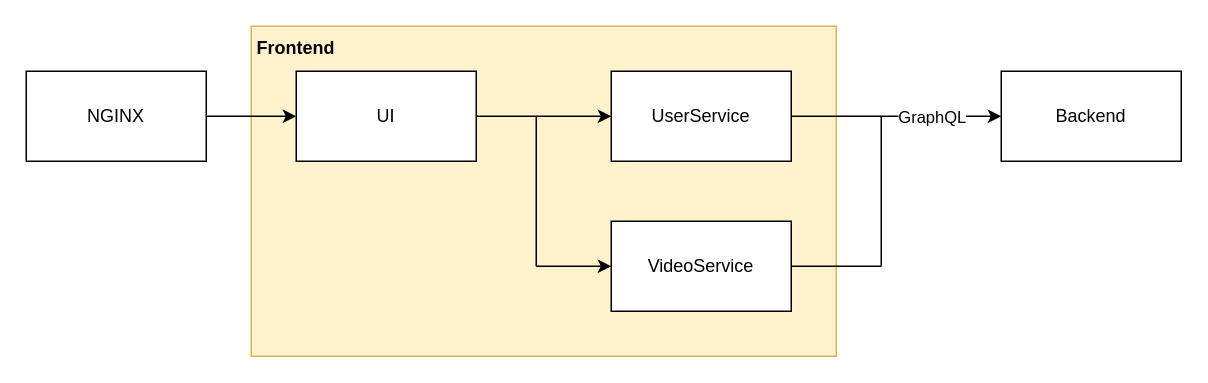
The draw.io diagram docs/frontend.drawio in RobertNichita/GourceWizard, before the edit. Source tidied: cells renumbered, new cells numbered last; positions are measured from the earlier drawing's top-left corner, leaving out a move shared by most shapes. Both pictures are drawn from the tidied source at 150%, with x=0, y=0 at pixel (26, 26).
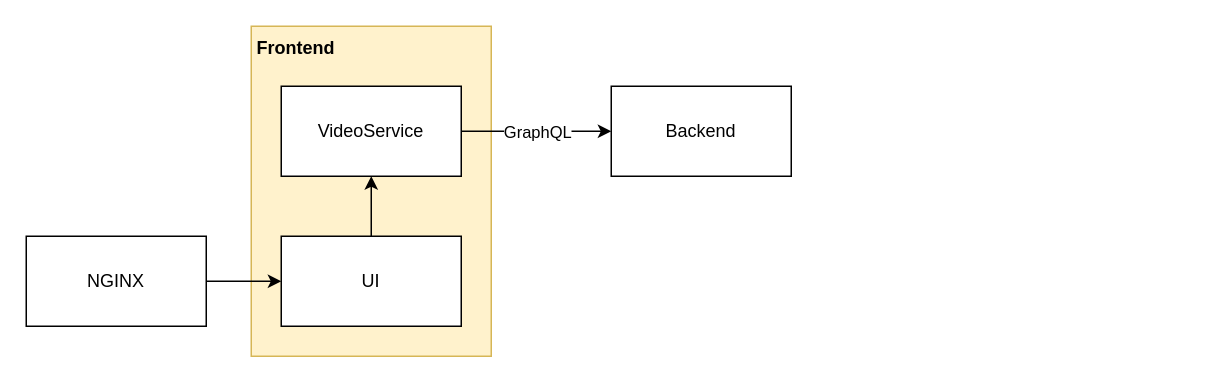
The same diagram, later.

Commit message (it also covers changes not shown here):
new frontend diagram

Unchanged cells that the change refers to:
```xml
<mxCell id="8" style="endArrow=classic;html=1;rounded=0;exitX=1;exitY=0.5;exitDx=0;exitDy=0;entryX=0;entryY=0.5;entryDx=0;entryDy=0;" parent="1" edge="1" source="4" target="3">
  <mxGeometry relative="1" as="geometry" />
</mxCell>
```

Change to the diagram source:
```diff
@@
     <mxCell id="2" style="rounded=0;whiteSpace=wrap;html=1;fillColor=#fff2cc;strokeColor=#d6b656;" parent="1" vertex="1">
-      <mxGeometry x="150" width="390" height="220" as="geometry" />
+      <mxGeometry x="150" width="160" height="220" as="geometry" />
     </mxCell>
     <mxCell id="3" value="Backend&lt;br&gt;" style="rounded=0;whiteSpace=wrap;html=1;" parent="1" vertex="1">
-      <mxGeometry x="650" y="30" width="120" height="60" as="geometry" />
+      <mxGeometry x="390" y="40" width="120" height="60" as="geometry" />
     </mxCell>
-    <mxCell id="4" value="UserService" style="rounded=0;whiteSpace=wrap;html=1;" parent="1" vertex="1">
-      <mxGeometry x="390" y="30" width="120" height="60" as="geometry" />
+    <mxCell id="4" value="VideoService" style="rounded=0;whiteSpace=wrap;html=1;" parent="1" vertex="1">
+      <mxGeometry x="170" y="40" width="120" height="60" as="geometry" />
     </mxCell>
-    <mxCell id="5" value="VideoService" style="rounded=0;whiteSpace=wrap;html=1;" parent="1" vertex="1">
-      <mxGeometry x="390" y="130" width="120" height="60" as="geometry" />
-    </mxCell>
@@
     <mxCell id="7" value="UI" style="rounded=0;whiteSpace=wrap;html=1;" parent="1" vertex="1">
-      <mxGeometry x="180" y="30" width="120" height="60" as="geometry" />
+      <mxGeometry x="170" y="140" width="120" height="60" as="geometry" />
     </mxCell>
@@
     <mxCell id="9" value="GraphQL" style="edgeLabel;html=1;align=center;verticalAlign=middle;" parent="8" vertex="1">
       <mxGeometry x="0.44" relative="1" as="geometry">
-        <mxPoint x="-8" as="offset" />
+        <mxPoint x="-22" as="offset" />
       </mxGeometry>
     </mxCell>
-    <mxCell id="10" style="endArrow=none;html=1;rounded=0;exitX=1;exitY=0.5;exitDx=0;exitDy=0;" parent="1" edge="1" source="5">
-      <mxGeometry relative="1" as="geometry">
-        <mxPoint x="570" y="160" as="targetPoint" />
-      </mxGeometry>
-    </mxCell>
-    <mxCell id="11" style="endArrow=none;html=1;rounded=0;" parent="1" edge="1">
-      <mxGeometry relative="1" as="geometry">
-        <mxPoint x="570" y="160" as="sourcePoint" />
-        <mxPoint x="570" y="60" as="targetPoint" />
-      </mxGeometry>
-    </mxCell>
-    <mxCell id="12" style="endArrow=classic;html=1;rounded=0;entryX=0;entryY=0.5;entryDx=0;entryDy=0;" parent="1" edge="1" target="5">
-      <mxGeometry relative="1" as="geometry">
-        <mxPoint x="340" y="160" as="sourcePoint" />
-      </mxGeometry>
-    </mxCell>
-    <mxCell id="13" style="endArrow=none;html=1;rounded=0;" parent="1" edge="1">
-      <mxGeometry relative="1" as="geometry">
-        <mxPoint x="340" y="160" as="sourcePoint" />
-        <mxPoint x="340" y="60" as="targetPoint" />
-      </mxGeometry>
-    </mxCell>
     <mxCell id="14" value="NGINX" style="rounded=0;whiteSpace=wrap;html=1;" parent="1" vertex="1">
-      <mxGeometry y="30" width="120" height="60" as="geometry" />
+      <mxGeometry y="140" width="120" height="60" as="geometry" />
     </mxCell>
@@
-    <mxCell id="16" style="endArrow=classic;html=1;rounded=0;exitX=1;exitY=0.5;exitDx=0;exitDy=0;" parent="1" edge="1" source="7" target="4">
+    <mxCell id="16" style="endArrow=classic;html=1;rounded=0;exitX=0.5;exitY=0;exitDx=0;exitDy=0;entryX=0.5;entryY=1;entryDx=0;entryDy=0;" parent="1" edge="1" source="7" target="4">
       <mxGeometry relative="1" as="geometry" />
     </mxCell>
```
